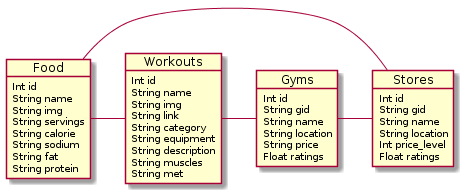
hrfofut/idb keeps this PlantUML diagram as docs/diagram.png. Above is the earlier version.
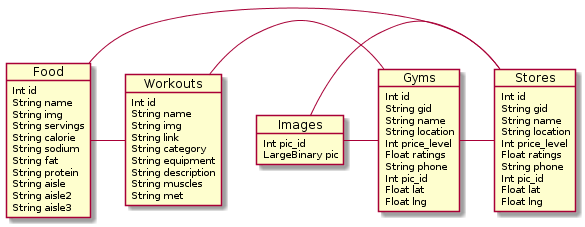
Later version of the same file.

Diff of the diagram source:
```diff
@@ -8,6 +8,9 @@
   String sodium
   String fat
   String protein
+  String aisle
+  String aisle2
+  String aisle3
 }
 
 Object Gyms {
@@ -15,8 +18,12 @@
   String gid
   String name
   String location
-  String price
+  Int price_level
   Float ratings
+  String phone
+  Int pic_id
+  Float lat
+  Float lng
 }
 
 Object Workouts {
@@ -38,10 +45,21 @@
   String location
   Int price_level
   Float ratings
+  String phone
+  Int pic_id
+  Float lat
+  Float lng
+}
+
+Object Images {
+  Int pic_id
+  LargeBinary pic
 }
 
 Food - Workouts
 Food - Stores
 Workouts - Gyms
 Gyms - Stores
+Images - Stores
+Images - Gyms
 @enduml
```
